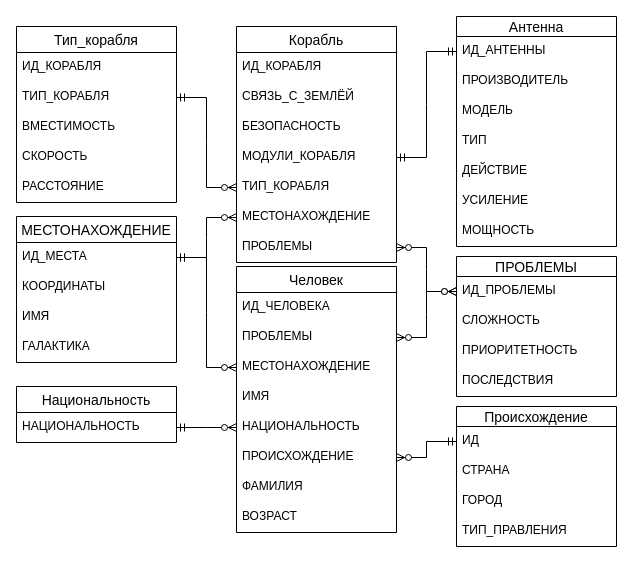
Before: lab1/ER_diagram.drawio in worthant/Databases-course, a draw.io diagram. Source tidied: cells renumbered, new cells numbered last; positions are measured from the earlier drawing's top-left corner, leaving out a move shared by most shapes. Both pictures are drawn from the tidied source at 100%, with x=0, y=0 at pixel (16, 16).
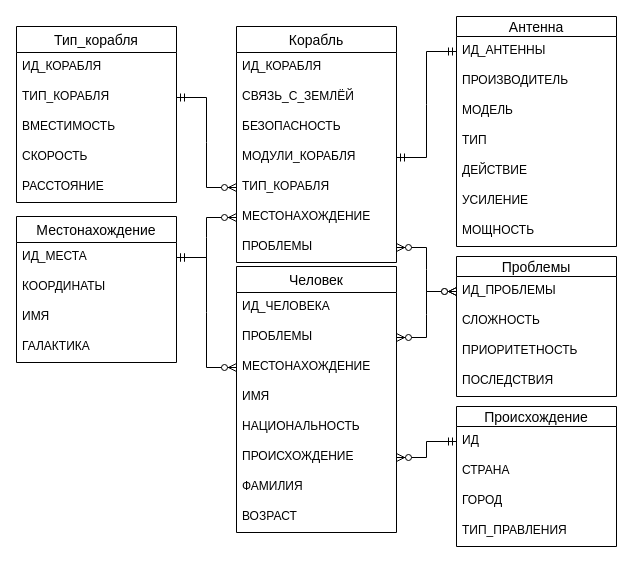
The same diagram, later.

The change refers to these unchanged cells:
```xml
<mxCell id="7" value="НАЦИОНАЛЬНОСТЬ" style="text;strokeColor=none;fillColor=none;spacingLeft=4;spacingRight=4;overflow=hidden;points=[[0,0.5],[1,0.5]];portConstraint=eastwest;fontSize=12;" parent="2" vertex="1">
  <mxGeometry y="146" width="160" height="30" as="geometry" />
</mxCell>
```

Change to the diagram source:
```diff
@@
-    <mxCell id="19" value="МЕСТОНАХОЖДЕНИЕ" style="swimlane;fontStyle=0;horizontal=1;startSize=26;align=center;fontSize=14;" parent="1" vertex="1">
+    <mxCell id="19" value="Местонахождение" style="swimlane;fontStyle=0;horizontal=1;startSize=26;align=center;fontSize=14;" parent="1" vertex="1">
       <mxGeometry y="200" width="160" height="146" as="geometry" />
     </mxCell>
@@
-    <mxCell id="24" value="ПРОБЛЕМЫ" style="swimlane;fontStyle=0;horizontal=1;startSize=20;align=center;fontSize=14;" parent="1" vertex="1">
+    <mxCell id="24" value="Проблемы" style="swimlane;fontStyle=0;horizontal=1;startSize=20;align=center;fontSize=14;" parent="1" vertex="1">
       <mxGeometry x="440" y="240" width="160" height="140" as="geometry" />
     </mxCell>
@@
-    <mxCell id="55" value="Национальность" style="swimlane;fontStyle=0;horizontal=1;startSize=26;align=center;fontSize=14;" parent="1" vertex="1">
-      <mxGeometry y="370" width="160" height="56" as="geometry" />
-    </mxCell>
-    <mxCell id="56" value="НАЦИОНАЛЬНОСТЬ" style="text;strokeColor=none;fillColor=none;spacingLeft=4;spacingRight=4;overflow=hidden;points=[[0,0.5],[1,0.5]];portConstraint=eastwest;fontSize=12;" parent="55" vertex="1">
-      <mxGeometry y="26" width="160" height="30" as="geometry" />
-    </mxCell>
-    <mxCell id="57" style="edgeStyle=entityRelationEdgeStyle;fontSize=12;html=1;endArrow=ERzeroToMany;startArrow=ERmandOne;rounded=0;entryX=0;entryY=0.5;entryDx=0;entryDy=0;exitX=1;exitY=0.5;exitDx=0;exitDy=0;" parent="1" edge="1" source="56" target="7">
-      <mxGeometry relative="1" as="geometry" />
-    </mxCell>
```
